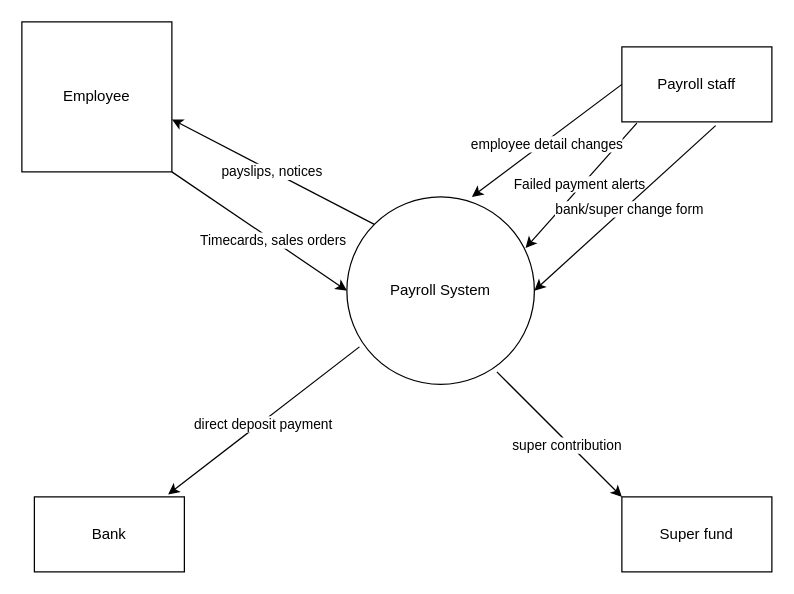
Earlier version of the draw.io diagram Week5_Tutorial_Examplediagram.drawio (newineffect14/IntroToIT). Source tidied: cells renumbered, new cells numbered last; positions are measured from the earlier drawing's top-left corner, leaving out a move shared by most shapes. Both pictures are drawn from the tidied source at 125%, with x=0, y=0 at pixel (21, 21).
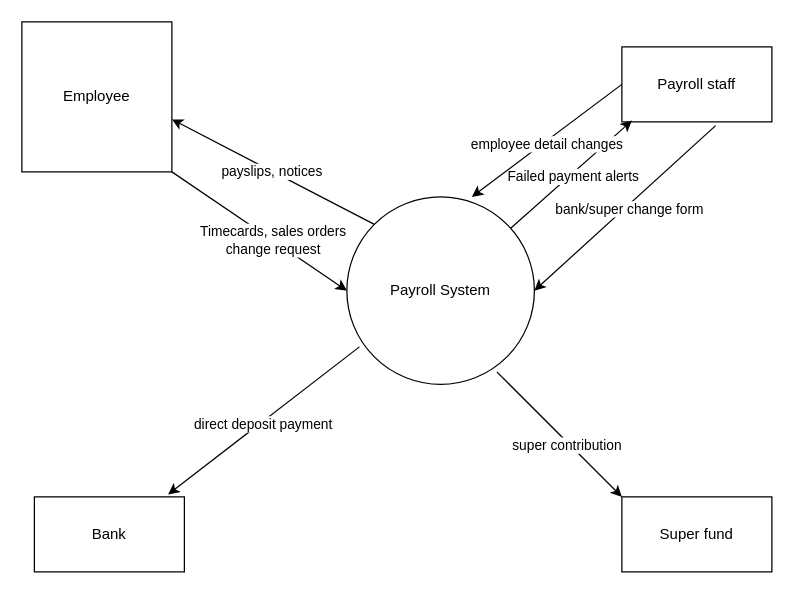
After the change.

The change refers to these unchanged cells:
```xml
<mxCell id="2" value="Payroll System" style="ellipse;whiteSpace=wrap;html=1;" parent="1" vertex="1">
  <mxGeometry x="260" y="140" width="150" height="150" as="geometry" />
</mxCell>
<mxCell id="6" value="Payroll staff" style="rounded=0;whiteSpace=wrap;html=1;" parent="1" vertex="1">
  <mxGeometry x="480" y="20" width="120" height="60" as="geometry" />
</mxCell>
<mxCell id="7" style="endArrow=classic;html=1;rounded=0;entryX=0;entryY=0.5;entryDx=0;entryDy=0;exitX=1;exitY=1;exitDx=0;exitDy=0;" parent="1" edge="1" source="3" target="2">
  <mxGeometry relative="1" as="geometry" />
</mxCell>
```

The edit, as a diff of the source:
```diff
@@
-    <mxCell id="8" value="Timecards, sales orders" style="edgeLabel;html=1;align=center;verticalAlign=middle;" parent="7" vertex="1">
+    <mxCell id="8" value="Timecards, sales orders&lt;div&gt;change request&lt;/div&gt;" style="edgeLabel;html=1;align=center;verticalAlign=middle;" parent="7" vertex="1">
       <mxGeometry x="0.15" relative="1" as="geometry" />
     </mxCell>
@@
-    <mxCell id="11" style="endArrow=classic;html=1;rounded=0;entryX=0.953;entryY=0.273;entryDx=0;entryDy=0;entryPerimeter=0;exitX=0.1;exitY=1.017;exitDx=0;exitDy=0;exitPerimeter=0;" parent="1" edge="1" source="6" target="2">
+    <mxCell id="11" style="endArrow=classic;html=1;rounded=0;entryX=0.067;entryY=0.983;entryDx=0;entryDy=0;entryPerimeter=0;" parent="1" edge="1" source="2" target="6">
       <mxGeometry relative="1" as="geometry" />
     </mxCell>
```
